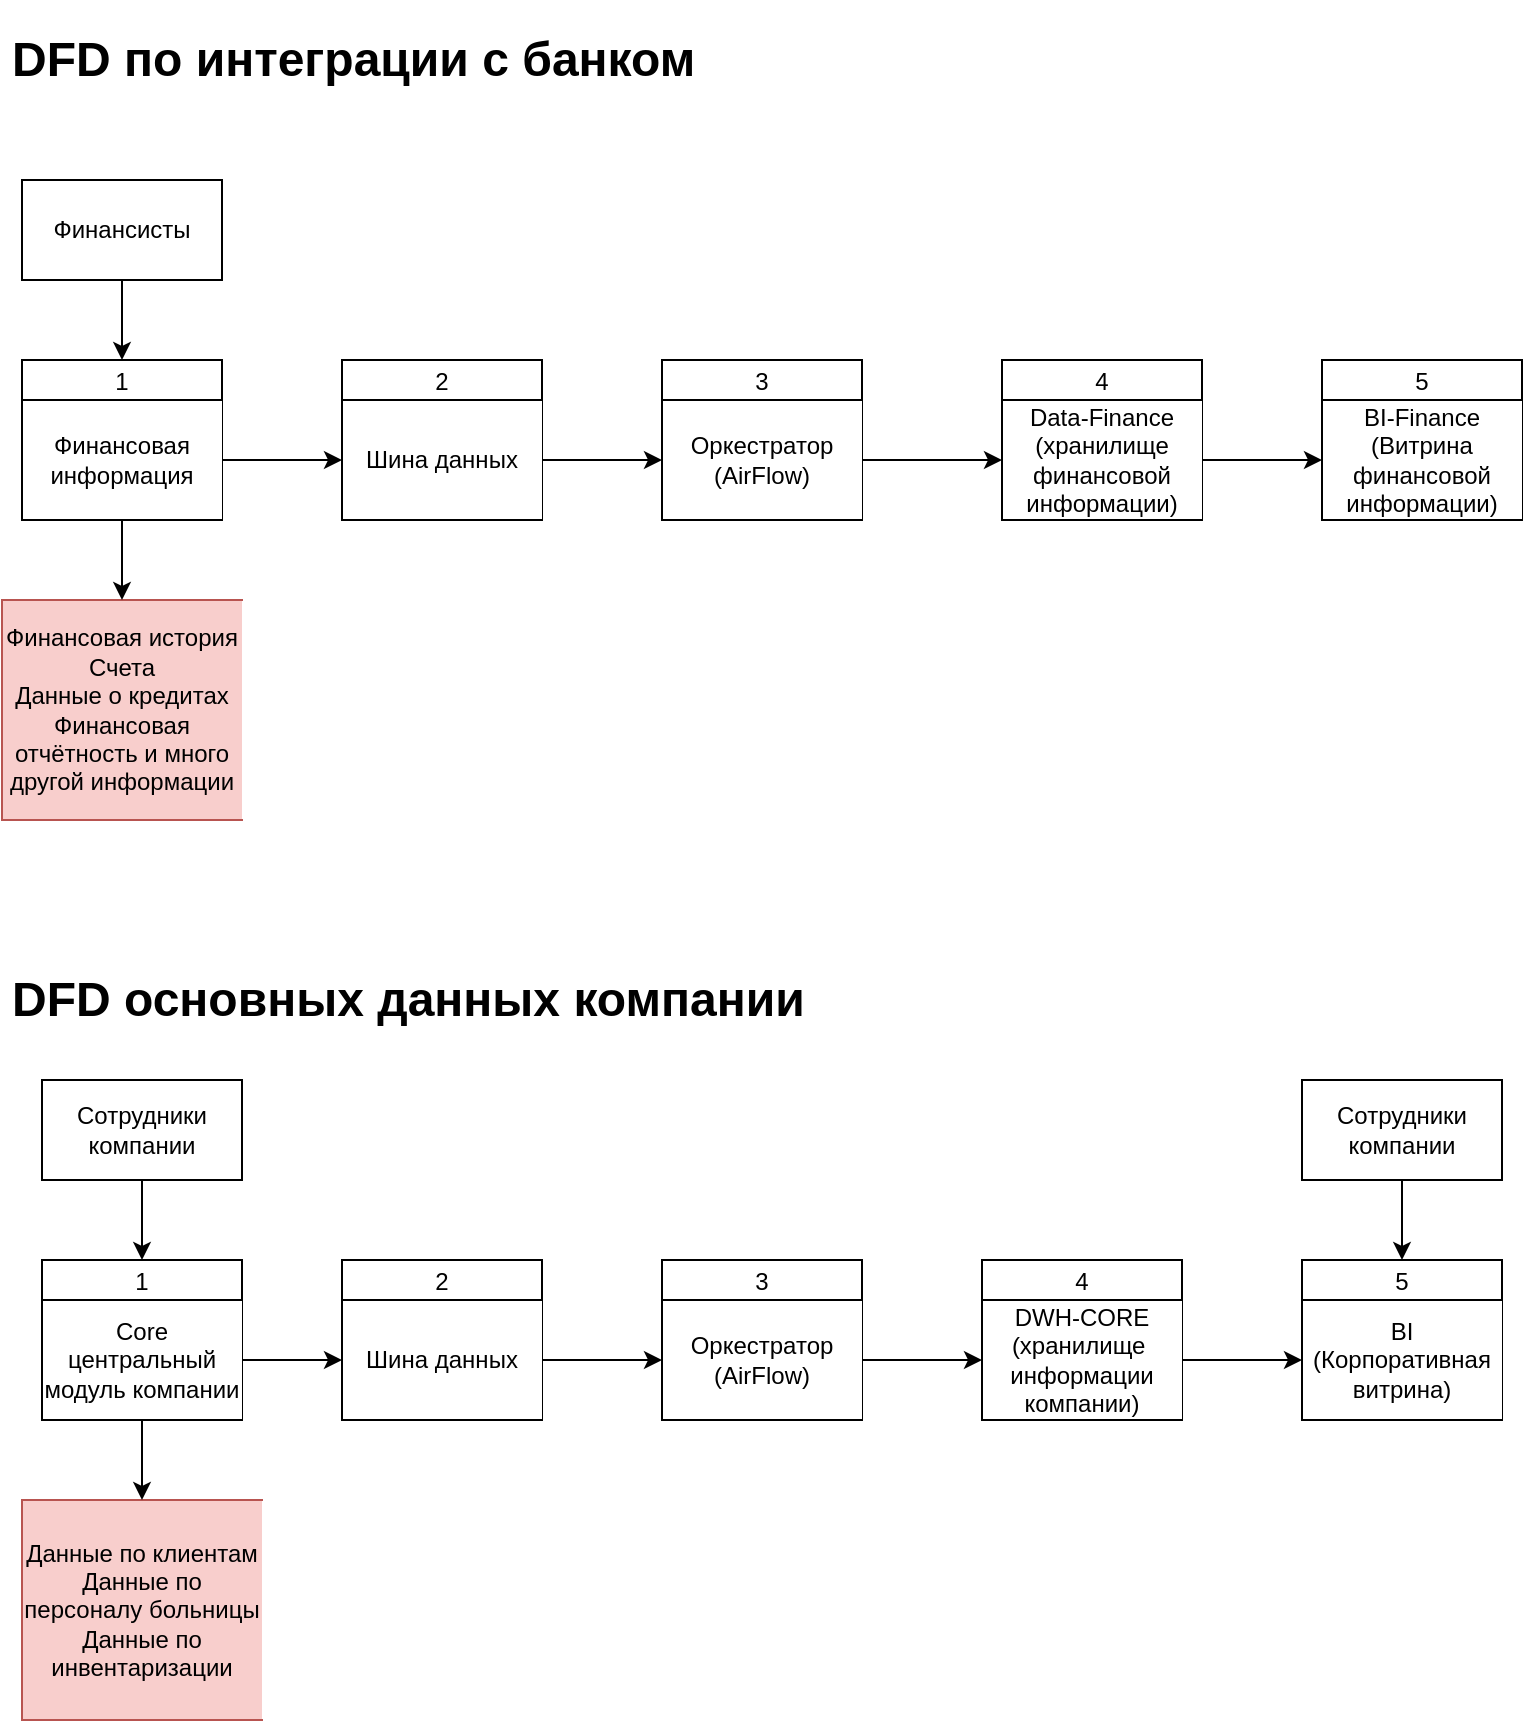
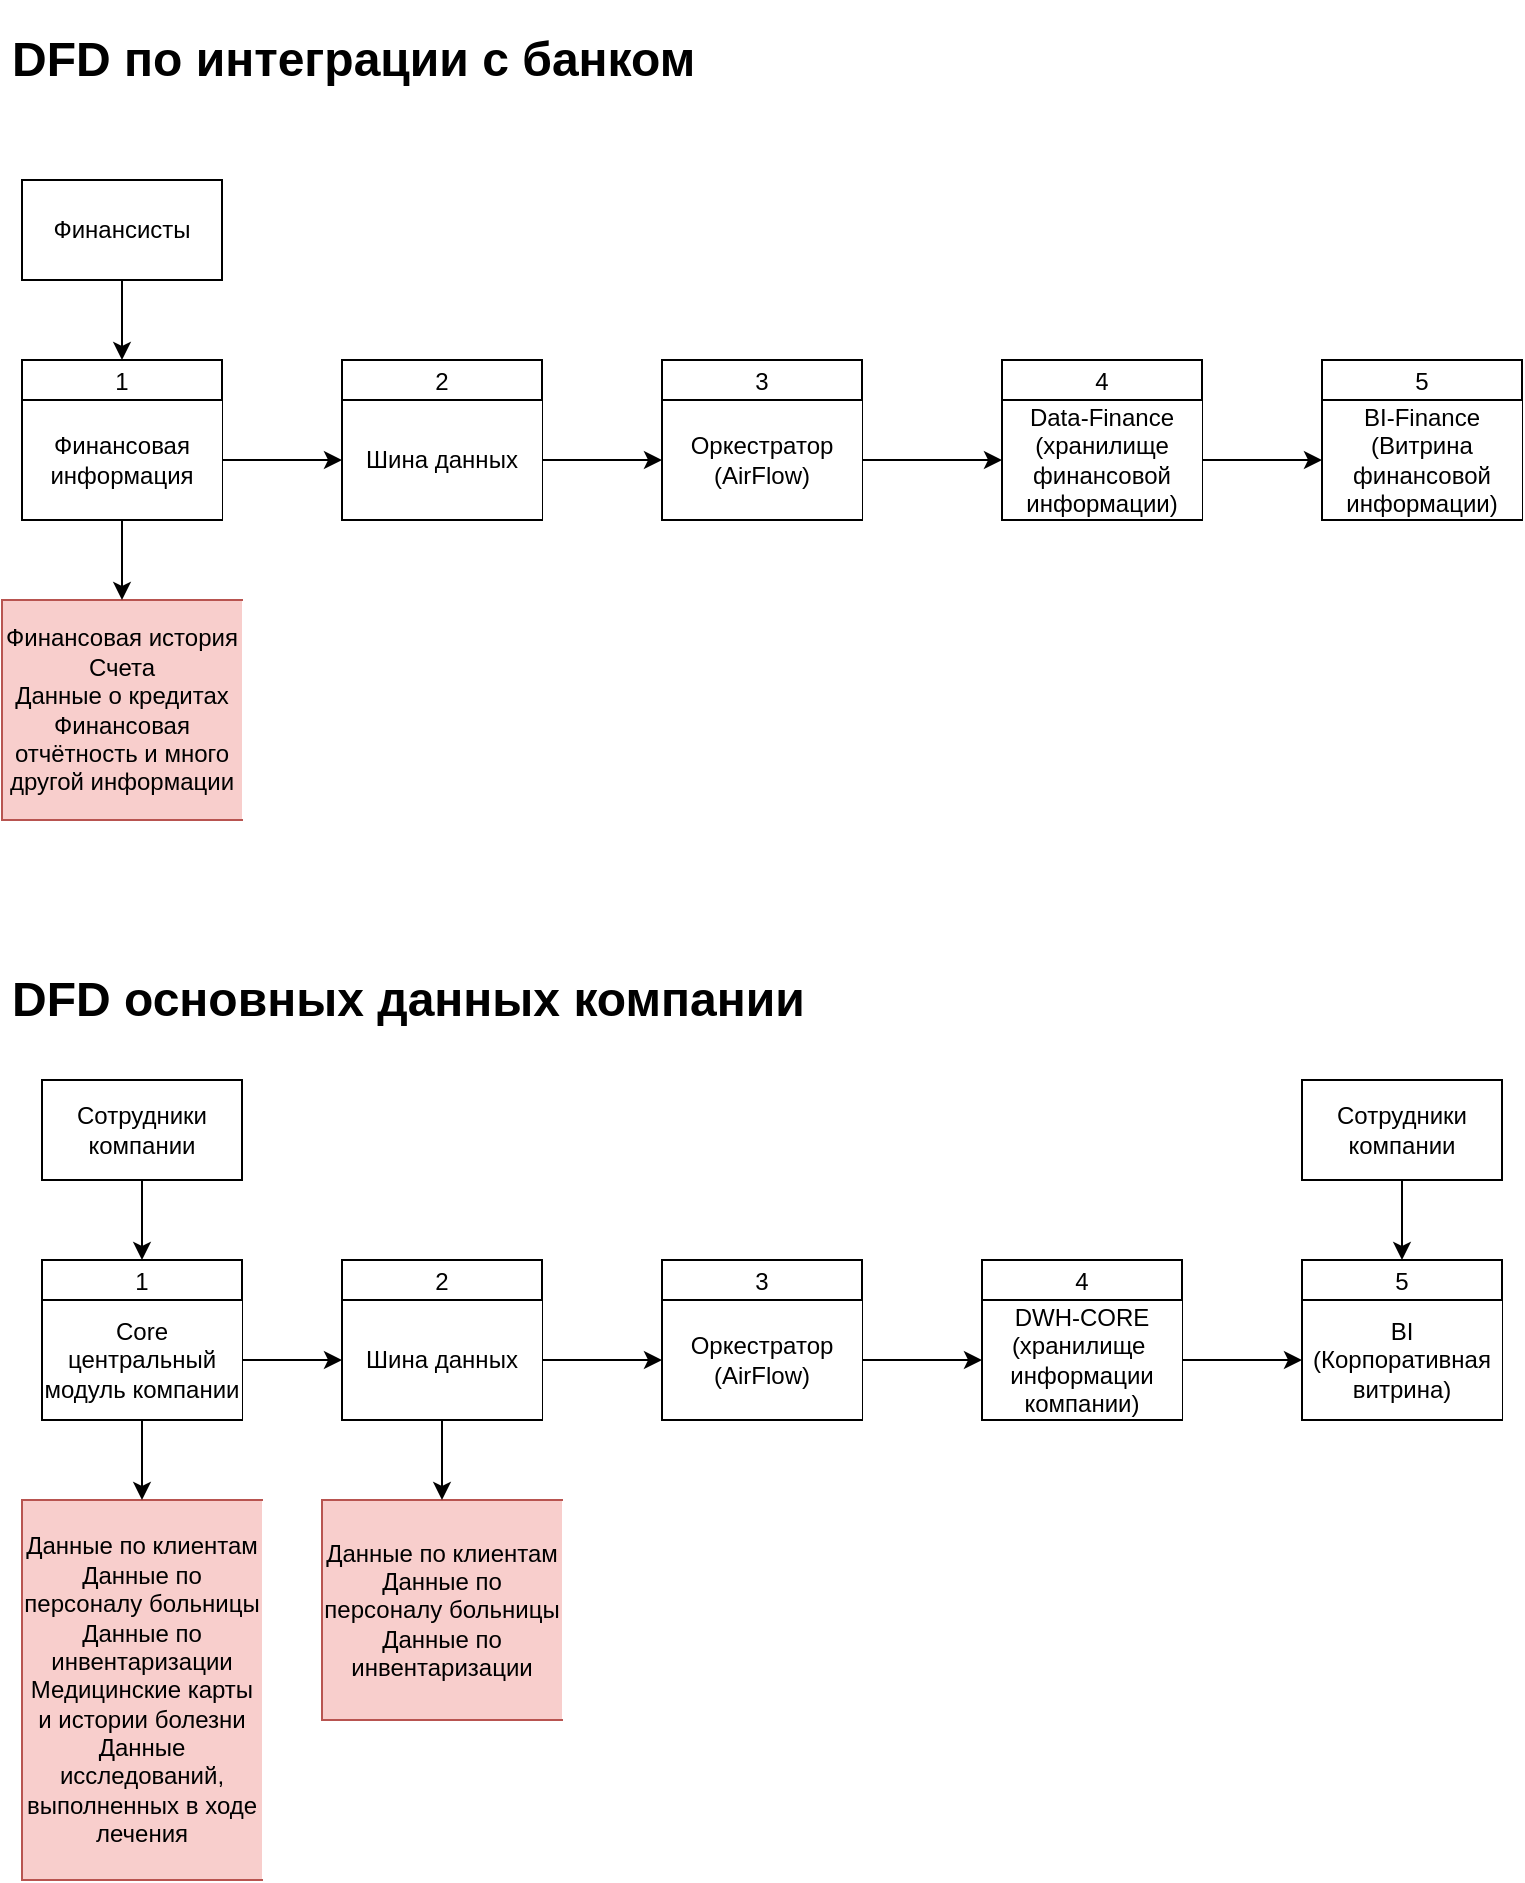
- <mxfile host="Electron" modified="2025-04-18T14:24:35.515Z" agent="Mozilla/5.0 (Windows NT 10.0; Win64; x64) AppleWebKit/537.36 (KHTML, like Gecko) draw.io/21.6.8 Chrome/114.0.5735.289 Electron/25.5.0 Safari/537.36" etag="61UaMd3rkKG-qWRfvYi1" version="21.6.8" type="device">
+ <mxfile host="Electron" modified="2025-04-19T04:16:20.406Z" agent="Mozilla/5.0 (Windows NT 10.0; Win64; x64) AppleWebKit/537.36 (KHTML, like Gecko) draw.io/21.6.8 Chrome/114.0.5735.289 Electron/25.5.0 Safari/537.36" etag="9WfUGu21lm7COJAU84O0" version="21.6.8" type="device">
  <diagram name="Страница — 1" id="RGTgihlxXmJJw-yEGguv">
-     <mxGraphModel dx="794" dy="1671" grid="1" gridSize="10" guides="1" tooltips="1" connect="1" arrows="1" fold="1" page="1" pageScale="1" pageWidth="1169" pageHeight="827" math="0" shadow="0">
+     <mxGraphModel dx="792" dy="1655" grid="1" gridSize="10" guides="1" tooltips="1" connect="1" arrows="1" fold="1" page="1" pageScale="1" pageWidth="1169" pageHeight="827" math="0" shadow="0">
      <root>
        <mxCell id="0" />
        <mxCell id="1" parent="0" />
        <mxCell id="I4A1Ht3evNtOGpzTNkZh-22" value="&lt;h1&gt;DFD по интеграции с банком&lt;/h1&gt;" style="text;html=1;strokeColor=none;fillColor=none;spacing=5;spacingTop=-20;whiteSpace=wrap;overflow=hidden;rounded=0;" parent="1" vertex="1">
          <mxGeometry x="30" y="-770" width="370" height="40" as="geometry" />
        </mxCell>
-         <mxCell id="stRStRKGVoCzEAp3SccN-4" style="edgeStyle=orthogonalEdgeStyle;rounded=0;orthogonalLoop=1;jettySize=auto;html=1;exitX=0.5;exitY=1;exitDx=0;exitDy=0;entryX=0.5;entryY=0;entryDx=0;entryDy=0;" edge="1" parent="1" source="stRStRKGVoCzEAp3SccN-1" target="stRStRKGVoCzEAp3SccN-2">
+         <mxCell id="stRStRKGVoCzEAp3SccN-4" style="edgeStyle=orthogonalEdgeStyle;rounded=0;orthogonalLoop=1;jettySize=auto;html=1;exitX=0.5;exitY=1;exitDx=0;exitDy=0;entryX=0.5;entryY=0;entryDx=0;entryDy=0;" parent="1" source="stRStRKGVoCzEAp3SccN-1" target="stRStRKGVoCzEAp3SccN-2" edge="1">
          <mxGeometry relative="1" as="geometry" />
        </mxCell>
-         <mxCell id="stRStRKGVoCzEAp3SccN-1" value="Финансисты" style="html=1;dashed=0;whiteSpace=wrap;" vertex="1" parent="1">
+         <mxCell id="stRStRKGVoCzEAp3SccN-1" value="Финансисты" style="html=1;dashed=0;whiteSpace=wrap;" parent="1" vertex="1">
          <mxGeometry x="40" y="-690" width="100" height="50" as="geometry" />
        </mxCell>
-         <mxCell id="stRStRKGVoCzEAp3SccN-2" value="1" style="swimlane;fontStyle=0;childLayout=stackLayout;horizontal=1;startSize=20;fillColor=#ffffff;horizontalStack=0;resizeParent=1;resizeParentMax=0;resizeLast=0;collapsible=0;marginBottom=0;swimlaneFillColor=#ffffff;" vertex="1" parent="1">
+         <mxCell id="stRStRKGVoCzEAp3SccN-2" value="1" style="swimlane;fontStyle=0;childLayout=stackLayout;horizontal=1;startSize=20;fillColor=#ffffff;horizontalStack=0;resizeParent=1;resizeParentMax=0;resizeLast=0;collapsible=0;marginBottom=0;swimlaneFillColor=#ffffff;" parent="1" vertex="1">
          <mxGeometry x="40" y="-600" width="100" height="80" as="geometry" />
        </mxCell>
-         <mxCell id="stRStRKGVoCzEAp3SccN-3" value="Финансовая информация" style="html=1;dashed=0;whiteSpace=wrap;shape=partialRectangle;right=0;" vertex="1" parent="stRStRKGVoCzEAp3SccN-2">
+         <mxCell id="stRStRKGVoCzEAp3SccN-3" value="Финансовая информация" style="html=1;dashed=0;whiteSpace=wrap;shape=partialRectangle;right=0;" parent="stRStRKGVoCzEAp3SccN-2" vertex="1">
          <mxGeometry y="20" width="100" height="60" as="geometry" />
        </mxCell>
-         <mxCell id="stRStRKGVoCzEAp3SccN-5" value="&lt;div&gt;Финансовая история&lt;/div&gt;&lt;div&gt;Счета&lt;/div&gt;&lt;div&gt;Данные о кредитах&lt;/div&gt;&lt;div&gt;Финансовая отчётность и много другой информации&lt;/div&gt;" style="html=1;dashed=0;whiteSpace=wrap;shape=partialRectangle;right=0;fontSize=12;fillColor=#f8cecc;strokeColor=#b85450;" vertex="1" parent="1">
+         <mxCell id="stRStRKGVoCzEAp3SccN-5" value="&lt;div&gt;Финансовая история&lt;/div&gt;&lt;div&gt;Счета&lt;/div&gt;&lt;div&gt;Данные о кредитах&lt;/div&gt;&lt;div&gt;Финансовая отчётность и много другой информации&lt;/div&gt;" style="html=1;dashed=0;whiteSpace=wrap;shape=partialRectangle;right=0;fontSize=12;fillColor=#f8cecc;strokeColor=#b85450;" parent="1" vertex="1">
          <mxGeometry x="30" y="-480" width="120" height="110" as="geometry" />
        </mxCell>
-         <mxCell id="stRStRKGVoCzEAp3SccN-7" style="edgeStyle=orthogonalEdgeStyle;rounded=0;orthogonalLoop=1;jettySize=auto;html=1;exitX=0.5;exitY=1;exitDx=0;exitDy=0;entryX=0.5;entryY=0;entryDx=0;entryDy=0;" edge="1" parent="1" source="stRStRKGVoCzEAp3SccN-3" target="stRStRKGVoCzEAp3SccN-5">
+         <mxCell id="stRStRKGVoCzEAp3SccN-7" style="edgeStyle=orthogonalEdgeStyle;rounded=0;orthogonalLoop=1;jettySize=auto;html=1;exitX=0.5;exitY=1;exitDx=0;exitDy=0;entryX=0.5;entryY=0;entryDx=0;entryDy=0;" parent="1" source="stRStRKGVoCzEAp3SccN-3" target="stRStRKGVoCzEAp3SccN-5" edge="1">
          <mxGeometry relative="1" as="geometry" />
        </mxCell>
-         <mxCell id="stRStRKGVoCzEAp3SccN-8" value="2" style="swimlane;fontStyle=0;childLayout=stackLayout;horizontal=1;startSize=20;fillColor=#ffffff;horizontalStack=0;resizeParent=1;resizeParentMax=0;resizeLast=0;collapsible=0;marginBottom=0;swimlaneFillColor=#ffffff;" vertex="1" parent="1">
+         <mxCell id="stRStRKGVoCzEAp3SccN-8" value="2" style="swimlane;fontStyle=0;childLayout=stackLayout;horizontal=1;startSize=20;fillColor=#ffffff;horizontalStack=0;resizeParent=1;resizeParentMax=0;resizeLast=0;collapsible=0;marginBottom=0;swimlaneFillColor=#ffffff;" parent="1" vertex="1">
          <mxGeometry x="200" y="-600" width="100" height="80" as="geometry" />
        </mxCell>
-         <mxCell id="stRStRKGVoCzEAp3SccN-9" value="Шина данных" style="html=1;dashed=0;whiteSpace=wrap;shape=partialRectangle;right=0;" vertex="1" parent="stRStRKGVoCzEAp3SccN-8">
+         <mxCell id="stRStRKGVoCzEAp3SccN-9" value="Шина данных" style="html=1;dashed=0;whiteSpace=wrap;shape=partialRectangle;right=0;" parent="stRStRKGVoCzEAp3SccN-8" vertex="1">
          <mxGeometry y="20" width="100" height="60" as="geometry" />
        </mxCell>
-         <mxCell id="stRStRKGVoCzEAp3SccN-10" style="edgeStyle=orthogonalEdgeStyle;rounded=0;orthogonalLoop=1;jettySize=auto;html=1;exitX=1;exitY=0.5;exitDx=0;exitDy=0;entryX=0;entryY=0.5;entryDx=0;entryDy=0;" edge="1" parent="1" source="stRStRKGVoCzEAp3SccN-3" target="stRStRKGVoCzEAp3SccN-9">
+         <mxCell id="stRStRKGVoCzEAp3SccN-10" style="edgeStyle=orthogonalEdgeStyle;rounded=0;orthogonalLoop=1;jettySize=auto;html=1;exitX=1;exitY=0.5;exitDx=0;exitDy=0;entryX=0;entryY=0.5;entryDx=0;entryDy=0;" parent="1" source="stRStRKGVoCzEAp3SccN-3" target="stRStRKGVoCzEAp3SccN-9" edge="1">
          <mxGeometry relative="1" as="geometry" />
        </mxCell>
-         <mxCell id="stRStRKGVoCzEAp3SccN-11" value="3" style="swimlane;fontStyle=0;childLayout=stackLayout;horizontal=1;startSize=20;fillColor=#ffffff;horizontalStack=0;resizeParent=1;resizeParentMax=0;resizeLast=0;collapsible=0;marginBottom=0;swimlaneFillColor=#ffffff;" vertex="1" parent="1">
+         <mxCell id="stRStRKGVoCzEAp3SccN-11" value="3" style="swimlane;fontStyle=0;childLayout=stackLayout;horizontal=1;startSize=20;fillColor=#ffffff;horizontalStack=0;resizeParent=1;resizeParentMax=0;resizeLast=0;collapsible=0;marginBottom=0;swimlaneFillColor=#ffffff;" parent="1" vertex="1">
          <mxGeometry x="360" y="-600" width="100" height="80" as="geometry" />
        </mxCell>
-         <mxCell id="stRStRKGVoCzEAp3SccN-12" value="Оркестратор (AirFlow)" style="html=1;dashed=0;whiteSpace=wrap;shape=partialRectangle;right=0;" vertex="1" parent="stRStRKGVoCzEAp3SccN-11">
+         <mxCell id="stRStRKGVoCzEAp3SccN-12" value="Оркестратор (AirFlow)" style="html=1;dashed=0;whiteSpace=wrap;shape=partialRectangle;right=0;" parent="stRStRKGVoCzEAp3SccN-11" vertex="1">
          <mxGeometry y="20" width="100" height="60" as="geometry" />
        </mxCell>
-         <mxCell id="stRStRKGVoCzEAp3SccN-13" style="edgeStyle=orthogonalEdgeStyle;rounded=0;orthogonalLoop=1;jettySize=auto;html=1;exitX=1;exitY=0.5;exitDx=0;exitDy=0;entryX=0;entryY=0.5;entryDx=0;entryDy=0;" edge="1" parent="1" source="stRStRKGVoCzEAp3SccN-9" target="stRStRKGVoCzEAp3SccN-12">
+         <mxCell id="stRStRKGVoCzEAp3SccN-13" style="edgeStyle=orthogonalEdgeStyle;rounded=0;orthogonalLoop=1;jettySize=auto;html=1;exitX=1;exitY=0.5;exitDx=0;exitDy=0;entryX=0;entryY=0.5;entryDx=0;entryDy=0;" parent="1" source="stRStRKGVoCzEAp3SccN-9" target="stRStRKGVoCzEAp3SccN-12" edge="1">
          <mxGeometry relative="1" as="geometry" />
        </mxCell>
-         <mxCell id="stRStRKGVoCzEAp3SccN-14" value="4" style="swimlane;fontStyle=0;childLayout=stackLayout;horizontal=1;startSize=20;fillColor=#ffffff;horizontalStack=0;resizeParent=1;resizeParentMax=0;resizeLast=0;collapsible=0;marginBottom=0;swimlaneFillColor=#ffffff;" vertex="1" parent="1">
+         <mxCell id="stRStRKGVoCzEAp3SccN-14" value="4" style="swimlane;fontStyle=0;childLayout=stackLayout;horizontal=1;startSize=20;fillColor=#ffffff;horizontalStack=0;resizeParent=1;resizeParentMax=0;resizeLast=0;collapsible=0;marginBottom=0;swimlaneFillColor=#ffffff;" parent="1" vertex="1">
          <mxGeometry x="530" y="-600" width="100" height="80" as="geometry" />
        </mxCell>
-         <mxCell id="stRStRKGVoCzEAp3SccN-15" value="Data-Finance &lt;br&gt;(хранилище финансовой информации)" style="html=1;dashed=0;whiteSpace=wrap;shape=partialRectangle;right=0;" vertex="1" parent="stRStRKGVoCzEAp3SccN-14">
+         <mxCell id="stRStRKGVoCzEAp3SccN-15" value="Data-Finance &lt;br&gt;(хранилище финансовой информации)" style="html=1;dashed=0;whiteSpace=wrap;shape=partialRectangle;right=0;" parent="stRStRKGVoCzEAp3SccN-14" vertex="1">
          <mxGeometry y="20" width="100" height="60" as="geometry" />
        </mxCell>
-         <mxCell id="stRStRKGVoCzEAp3SccN-16" style="edgeStyle=orthogonalEdgeStyle;rounded=0;orthogonalLoop=1;jettySize=auto;html=1;exitX=1;exitY=0.5;exitDx=0;exitDy=0;entryX=0;entryY=0.5;entryDx=0;entryDy=0;" edge="1" parent="1" source="stRStRKGVoCzEAp3SccN-12" target="stRStRKGVoCzEAp3SccN-15">
+         <mxCell id="stRStRKGVoCzEAp3SccN-16" style="edgeStyle=orthogonalEdgeStyle;rounded=0;orthogonalLoop=1;jettySize=auto;html=1;exitX=1;exitY=0.5;exitDx=0;exitDy=0;entryX=0;entryY=0.5;entryDx=0;entryDy=0;" parent="1" source="stRStRKGVoCzEAp3SccN-12" target="stRStRKGVoCzEAp3SccN-15" edge="1">
          <mxGeometry relative="1" as="geometry" />
        </mxCell>
-         <mxCell id="stRStRKGVoCzEAp3SccN-17" value="5" style="swimlane;fontStyle=0;childLayout=stackLayout;horizontal=1;startSize=20;fillColor=#ffffff;horizontalStack=0;resizeParent=1;resizeParentMax=0;resizeLast=0;collapsible=0;marginBottom=0;swimlaneFillColor=#ffffff;" vertex="1" parent="1">
+         <mxCell id="stRStRKGVoCzEAp3SccN-17" value="5" style="swimlane;fontStyle=0;childLayout=stackLayout;horizontal=1;startSize=20;fillColor=#ffffff;horizontalStack=0;resizeParent=1;resizeParentMax=0;resizeLast=0;collapsible=0;marginBottom=0;swimlaneFillColor=#ffffff;" parent="1" vertex="1">
          <mxGeometry x="690" y="-600" width="100" height="80" as="geometry" />
        </mxCell>
-         <mxCell id="stRStRKGVoCzEAp3SccN-18" value="BI-Finance (Витрина финансовой информации)" style="html=1;dashed=0;whiteSpace=wrap;shape=partialRectangle;right=0;" vertex="1" parent="stRStRKGVoCzEAp3SccN-17">
+         <mxCell id="stRStRKGVoCzEAp3SccN-18" value="BI-Finance (Витрина финансовой информации)" style="html=1;dashed=0;whiteSpace=wrap;shape=partialRectangle;right=0;" parent="stRStRKGVoCzEAp3SccN-17" vertex="1">
          <mxGeometry y="20" width="100" height="60" as="geometry" />
        </mxCell>
-         <mxCell id="stRStRKGVoCzEAp3SccN-19" style="edgeStyle=orthogonalEdgeStyle;rounded=0;orthogonalLoop=1;jettySize=auto;html=1;exitX=1;exitY=0.5;exitDx=0;exitDy=0;entryX=0;entryY=0.5;entryDx=0;entryDy=0;" edge="1" parent="1" source="stRStRKGVoCzEAp3SccN-15" target="stRStRKGVoCzEAp3SccN-18">
+         <mxCell id="stRStRKGVoCzEAp3SccN-19" style="edgeStyle=orthogonalEdgeStyle;rounded=0;orthogonalLoop=1;jettySize=auto;html=1;exitX=1;exitY=0.5;exitDx=0;exitDy=0;entryX=0;entryY=0.5;entryDx=0;entryDy=0;" parent="1" source="stRStRKGVoCzEAp3SccN-15" target="stRStRKGVoCzEAp3SccN-18" edge="1">
          <mxGeometry relative="1" as="geometry" />
        </mxCell>
-         <mxCell id="stRStRKGVoCzEAp3SccN-50" value="&lt;h1&gt;DFD основных данных компании&lt;/h1&gt;" style="text;html=1;strokeColor=none;fillColor=none;spacing=5;spacingTop=-20;whiteSpace=wrap;overflow=hidden;rounded=0;" vertex="1" parent="1">
+         <mxCell id="stRStRKGVoCzEAp3SccN-50" value="&lt;h1&gt;DFD основных данных компании&lt;/h1&gt;" style="text;html=1;strokeColor=none;fillColor=none;spacing=5;spacingTop=-20;whiteSpace=wrap;overflow=hidden;rounded=0;" parent="1" vertex="1">
          <mxGeometry x="30" y="-300" width="580" height="40" as="geometry" />
        </mxCell>
-         <mxCell id="stRStRKGVoCzEAp3SccN-58" value="3" style="swimlane;fontStyle=0;childLayout=stackLayout;horizontal=1;startSize=20;fillColor=#ffffff;horizontalStack=0;resizeParent=1;resizeParentMax=0;resizeLast=0;collapsible=0;marginBottom=0;swimlaneFillColor=#ffffff;" vertex="1" parent="1">
+         <mxCell id="stRStRKGVoCzEAp3SccN-58" value="3" style="swimlane;fontStyle=0;childLayout=stackLayout;horizontal=1;startSize=20;fillColor=#ffffff;horizontalStack=0;resizeParent=1;resizeParentMax=0;resizeLast=0;collapsible=0;marginBottom=0;swimlaneFillColor=#ffffff;" parent="1" vertex="1">
          <mxGeometry x="360" y="-150" width="100" height="80" as="geometry" />
        </mxCell>
-         <mxCell id="stRStRKGVoCzEAp3SccN-59" value="Оркестратор (AirFlow)" style="html=1;dashed=0;whiteSpace=wrap;shape=partialRectangle;right=0;" vertex="1" parent="stRStRKGVoCzEAp3SccN-58">
+         <mxCell id="stRStRKGVoCzEAp3SccN-59" value="Оркестратор (AirFlow)" style="html=1;dashed=0;whiteSpace=wrap;shape=partialRectangle;right=0;" parent="stRStRKGVoCzEAp3SccN-58" vertex="1">
          <mxGeometry y="20" width="100" height="60" as="geometry" />
        </mxCell>
-         <mxCell id="stRStRKGVoCzEAp3SccN-60" style="edgeStyle=orthogonalEdgeStyle;rounded=0;orthogonalLoop=1;jettySize=auto;html=1;exitX=1;exitY=0.5;exitDx=0;exitDy=0;entryX=0;entryY=0.5;entryDx=0;entryDy=0;" edge="1" parent="1" source="stRStRKGVoCzEAp3SccN-73" target="stRStRKGVoCzEAp3SccN-59">
+         <mxCell id="stRStRKGVoCzEAp3SccN-60" style="edgeStyle=orthogonalEdgeStyle;rounded=0;orthogonalLoop=1;jettySize=auto;html=1;exitX=1;exitY=0.5;exitDx=0;exitDy=0;entryX=0;entryY=0.5;entryDx=0;entryDy=0;" parent="1" source="stRStRKGVoCzEAp3SccN-73" target="stRStRKGVoCzEAp3SccN-59" edge="1">
          <mxGeometry relative="1" as="geometry">
            <mxPoint x="510" y="-100" as="sourcePoint" />
          </mxGeometry>
        </mxCell>
-         <mxCell id="stRStRKGVoCzEAp3SccN-61" value="4" style="swimlane;fontStyle=0;childLayout=stackLayout;horizontal=1;startSize=20;fillColor=#ffffff;horizontalStack=0;resizeParent=1;resizeParentMax=0;resizeLast=0;collapsible=0;marginBottom=0;swimlaneFillColor=#ffffff;" vertex="1" parent="1">
+         <mxCell id="stRStRKGVoCzEAp3SccN-61" value="4" style="swimlane;fontStyle=0;childLayout=stackLayout;horizontal=1;startSize=20;fillColor=#ffffff;horizontalStack=0;resizeParent=1;resizeParentMax=0;resizeLast=0;collapsible=0;marginBottom=0;swimlaneFillColor=#ffffff;" parent="1" vertex="1">
          <mxGeometry x="520" y="-150" width="100" height="80" as="geometry" />
        </mxCell>
-         <mxCell id="stRStRKGVoCzEAp3SccN-62" value="DWH-CORE&lt;br&gt;(хранилище&amp;nbsp; информации&lt;br&gt;компании)" style="html=1;dashed=0;whiteSpace=wrap;shape=partialRectangle;right=0;" vertex="1" parent="stRStRKGVoCzEAp3SccN-61">
+         <mxCell id="stRStRKGVoCzEAp3SccN-62" value="DWH-CORE&lt;br&gt;(хранилище&amp;nbsp; информации&lt;br&gt;компании)" style="html=1;dashed=0;whiteSpace=wrap;shape=partialRectangle;right=0;" parent="stRStRKGVoCzEAp3SccN-61" vertex="1">
          <mxGeometry y="20" width="100" height="60" as="geometry" />
        </mxCell>
-         <mxCell id="stRStRKGVoCzEAp3SccN-63" style="edgeStyle=orthogonalEdgeStyle;rounded=0;orthogonalLoop=1;jettySize=auto;html=1;exitX=1;exitY=0.5;exitDx=0;exitDy=0;entryX=0;entryY=0.5;entryDx=0;entryDy=0;" edge="1" parent="1" source="stRStRKGVoCzEAp3SccN-59" target="stRStRKGVoCzEAp3SccN-62">
+         <mxCell id="stRStRKGVoCzEAp3SccN-63" style="edgeStyle=orthogonalEdgeStyle;rounded=0;orthogonalLoop=1;jettySize=auto;html=1;exitX=1;exitY=0.5;exitDx=0;exitDy=0;entryX=0;entryY=0.5;entryDx=0;entryDy=0;" parent="1" source="stRStRKGVoCzEAp3SccN-59" target="stRStRKGVoCzEAp3SccN-62" edge="1">
          <mxGeometry relative="1" as="geometry" />
        </mxCell>
-         <mxCell id="stRStRKGVoCzEAp3SccN-64" value="5" style="swimlane;fontStyle=0;childLayout=stackLayout;horizontal=1;startSize=20;fillColor=#ffffff;horizontalStack=0;resizeParent=1;resizeParentMax=0;resizeLast=0;collapsible=0;marginBottom=0;swimlaneFillColor=#ffffff;" vertex="1" parent="1">
+         <mxCell id="stRStRKGVoCzEAp3SccN-64" value="5" style="swimlane;fontStyle=0;childLayout=stackLayout;horizontal=1;startSize=20;fillColor=#ffffff;horizontalStack=0;resizeParent=1;resizeParentMax=0;resizeLast=0;collapsible=0;marginBottom=0;swimlaneFillColor=#ffffff;" parent="1" vertex="1">
          <mxGeometry x="680" y="-150" width="100" height="80" as="geometry" />
        </mxCell>
-         <mxCell id="stRStRKGVoCzEAp3SccN-65" value="BI (Корпоративная витрина)" style="html=1;dashed=0;whiteSpace=wrap;shape=partialRectangle;right=0;" vertex="1" parent="stRStRKGVoCzEAp3SccN-64">
+         <mxCell id="stRStRKGVoCzEAp3SccN-65" value="BI (Корпоративная витрина)" style="html=1;dashed=0;whiteSpace=wrap;shape=partialRectangle;right=0;" parent="stRStRKGVoCzEAp3SccN-64" vertex="1">
          <mxGeometry y="20" width="100" height="60" as="geometry" />
        </mxCell>
-         <mxCell id="stRStRKGVoCzEAp3SccN-66" style="edgeStyle=orthogonalEdgeStyle;rounded=0;orthogonalLoop=1;jettySize=auto;html=1;exitX=1;exitY=0.5;exitDx=0;exitDy=0;entryX=0;entryY=0.5;entryDx=0;entryDy=0;" edge="1" parent="1" source="stRStRKGVoCzEAp3SccN-62" target="stRStRKGVoCzEAp3SccN-65">
+         <mxCell id="stRStRKGVoCzEAp3SccN-66" style="edgeStyle=orthogonalEdgeStyle;rounded=0;orthogonalLoop=1;jettySize=auto;html=1;exitX=1;exitY=0.5;exitDx=0;exitDy=0;entryX=0;entryY=0.5;entryDx=0;entryDy=0;" parent="1" source="stRStRKGVoCzEAp3SccN-62" target="stRStRKGVoCzEAp3SccN-65" edge="1">
          <mxGeometry relative="1" as="geometry" />
        </mxCell>
-         <mxCell id="stRStRKGVoCzEAp3SccN-69" value="1" style="swimlane;fontStyle=0;childLayout=stackLayout;horizontal=1;startSize=20;fillColor=#ffffff;horizontalStack=0;resizeParent=1;resizeParentMax=0;resizeLast=0;collapsible=0;marginBottom=0;swimlaneFillColor=#ffffff;" vertex="1" parent="1">
+         <mxCell id="stRStRKGVoCzEAp3SccN-69" value="1" style="swimlane;fontStyle=0;childLayout=stackLayout;horizontal=1;startSize=20;fillColor=#ffffff;horizontalStack=0;resizeParent=1;resizeParentMax=0;resizeLast=0;collapsible=0;marginBottom=0;swimlaneFillColor=#ffffff;" parent="1" vertex="1">
          <mxGeometry x="50" y="-150" width="100" height="80" as="geometry" />
        </mxCell>
-         <mxCell id="stRStRKGVoCzEAp3SccN-70" value="Core&lt;br&gt;центральный модуль компании" style="html=1;dashed=0;whiteSpace=wrap;shape=partialRectangle;right=0;" vertex="1" parent="stRStRKGVoCzEAp3SccN-69">
+         <mxCell id="stRStRKGVoCzEAp3SccN-70" value="Core&lt;br&gt;центральный модуль компании" style="html=1;dashed=0;whiteSpace=wrap;shape=partialRectangle;right=0;" parent="stRStRKGVoCzEAp3SccN-69" vertex="1">
          <mxGeometry y="20" width="100" height="60" as="geometry" />
        </mxCell>
-         <mxCell id="stRStRKGVoCzEAp3SccN-72" value="2" style="swimlane;fontStyle=0;childLayout=stackLayout;horizontal=1;startSize=20;fillColor=#ffffff;horizontalStack=0;resizeParent=1;resizeParentMax=0;resizeLast=0;collapsible=0;marginBottom=0;swimlaneFillColor=#ffffff;" vertex="1" parent="1">
+         <mxCell id="stRStRKGVoCzEAp3SccN-72" value="2" style="swimlane;fontStyle=0;childLayout=stackLayout;horizontal=1;startSize=20;fillColor=#ffffff;horizontalStack=0;resizeParent=1;resizeParentMax=0;resizeLast=0;collapsible=0;marginBottom=0;swimlaneFillColor=#ffffff;" parent="1" vertex="1">
          <mxGeometry x="200" y="-150" width="100" height="80" as="geometry" />
        </mxCell>
-         <mxCell id="stRStRKGVoCzEAp3SccN-73" value="Шина данных" style="html=1;dashed=0;whiteSpace=wrap;shape=partialRectangle;right=0;" vertex="1" parent="stRStRKGVoCzEAp3SccN-72">
+         <mxCell id="stRStRKGVoCzEAp3SccN-73" value="Шина данных" style="html=1;dashed=0;whiteSpace=wrap;shape=partialRectangle;right=0;" parent="stRStRKGVoCzEAp3SccN-72" vertex="1">
          <mxGeometry y="20" width="100" height="60" as="geometry" />
        </mxCell>
-         <mxCell id="stRStRKGVoCzEAp3SccN-74" style="edgeStyle=orthogonalEdgeStyle;rounded=0;orthogonalLoop=1;jettySize=auto;html=1;exitX=1;exitY=0.5;exitDx=0;exitDy=0;entryX=0;entryY=0.5;entryDx=0;entryDy=0;" edge="1" parent="1" source="stRStRKGVoCzEAp3SccN-70" target="stRStRKGVoCzEAp3SccN-73">
+         <mxCell id="stRStRKGVoCzEAp3SccN-74" style="edgeStyle=orthogonalEdgeStyle;rounded=0;orthogonalLoop=1;jettySize=auto;html=1;exitX=1;exitY=0.5;exitDx=0;exitDy=0;entryX=0;entryY=0.5;entryDx=0;entryDy=0;" parent="1" source="stRStRKGVoCzEAp3SccN-70" target="stRStRKGVoCzEAp3SccN-73" edge="1">
          <mxGeometry relative="1" as="geometry" />
        </mxCell>
-         <mxCell id="stRStRKGVoCzEAp3SccN-78" style="edgeStyle=orthogonalEdgeStyle;rounded=0;orthogonalLoop=1;jettySize=auto;html=1;exitX=0.5;exitY=1;exitDx=0;exitDy=0;entryX=0.5;entryY=0;entryDx=0;entryDy=0;" edge="1" parent="1" source="stRStRKGVoCzEAp3SccN-77" target="stRStRKGVoCzEAp3SccN-64">
+         <mxCell id="stRStRKGVoCzEAp3SccN-78" style="edgeStyle=orthogonalEdgeStyle;rounded=0;orthogonalLoop=1;jettySize=auto;html=1;exitX=0.5;exitY=1;exitDx=0;exitDy=0;entryX=0.5;entryY=0;entryDx=0;entryDy=0;" parent="1" source="stRStRKGVoCzEAp3SccN-77" target="stRStRKGVoCzEAp3SccN-64" edge="1">
          <mxGeometry relative="1" as="geometry" />
        </mxCell>
-         <mxCell id="stRStRKGVoCzEAp3SccN-77" value="Сотрудники компании" style="html=1;dashed=0;whiteSpace=wrap;" vertex="1" parent="1">
+         <mxCell id="stRStRKGVoCzEAp3SccN-77" value="Сотрудники компании" style="html=1;dashed=0;whiteSpace=wrap;" parent="1" vertex="1">
          <mxGeometry x="680" y="-240" width="100" height="50" as="geometry" />
        </mxCell>
-         <mxCell id="stRStRKGVoCzEAp3SccN-80" style="edgeStyle=orthogonalEdgeStyle;rounded=0;orthogonalLoop=1;jettySize=auto;html=1;exitX=0.5;exitY=1;exitDx=0;exitDy=0;entryX=0.5;entryY=0;entryDx=0;entryDy=0;" edge="1" parent="1" source="stRStRKGVoCzEAp3SccN-79" target="stRStRKGVoCzEAp3SccN-69">
+         <mxCell id="stRStRKGVoCzEAp3SccN-80" style="edgeStyle=orthogonalEdgeStyle;rounded=0;orthogonalLoop=1;jettySize=auto;html=1;exitX=0.5;exitY=1;exitDx=0;exitDy=0;entryX=0.5;entryY=0;entryDx=0;entryDy=0;" parent="1" source="stRStRKGVoCzEAp3SccN-79" target="stRStRKGVoCzEAp3SccN-69" edge="1">
          <mxGeometry relative="1" as="geometry" />
        </mxCell>
-         <mxCell id="stRStRKGVoCzEAp3SccN-79" value="Сотрудники компании" style="html=1;dashed=0;whiteSpace=wrap;" vertex="1" parent="1">
+         <mxCell id="stRStRKGVoCzEAp3SccN-79" value="Сотрудники компании" style="html=1;dashed=0;whiteSpace=wrap;" parent="1" vertex="1">
          <mxGeometry x="50" y="-240" width="100" height="50" as="geometry" />
        </mxCell>
-         <mxCell id="stRStRKGVoCzEAp3SccN-81" value="&lt;div&gt;Данные по клиентам&lt;/div&gt;&lt;div&gt;&lt;span style=&quot;background-color: initial;&quot;&gt;Данные по персоналу больницы&lt;/span&gt;&lt;br&gt;&lt;/div&gt;&lt;div&gt;Данные по инвентаризации&lt;/div&gt;" style="html=1;dashed=0;whiteSpace=wrap;shape=partialRectangle;right=0;fontSize=12;fillColor=#f8cecc;strokeColor=#b85450;" vertex="1" parent="1">
-           <mxGeometry x="40" y="-30" width="120" height="110" as="geometry" />
+         <mxCell id="stRStRKGVoCzEAp3SccN-81" value="&lt;div&gt;Данные по клиентам&lt;/div&gt;&lt;div&gt;Данные по персоналу больницы&lt;/div&gt;&lt;div&gt;Данные по инвентаризации&lt;/div&gt;&lt;div&gt;Медицинские карты и истории болезни&lt;/div&gt;&lt;div&gt;Данные исследований, выполненных в ходе лечения&lt;/div&gt;" style="html=1;dashed=0;whiteSpace=wrap;shape=partialRectangle;right=0;fontSize=12;fillColor=#f8cecc;strokeColor=#b85450;" parent="1" vertex="1">
+           <mxGeometry x="40" y="-30" width="120" height="190" as="geometry" />
        </mxCell>
-         <mxCell id="stRStRKGVoCzEAp3SccN-82" style="edgeStyle=orthogonalEdgeStyle;rounded=0;orthogonalLoop=1;jettySize=auto;html=1;exitX=0.5;exitY=1;exitDx=0;exitDy=0;entryX=0.5;entryY=0;entryDx=0;entryDy=0;" edge="1" parent="1" source="stRStRKGVoCzEAp3SccN-70" target="stRStRKGVoCzEAp3SccN-81">
+         <mxCell id="stRStRKGVoCzEAp3SccN-82" style="edgeStyle=orthogonalEdgeStyle;rounded=0;orthogonalLoop=1;jettySize=auto;html=1;exitX=0.5;exitY=1;exitDx=0;exitDy=0;entryX=0.5;entryY=0;entryDx=0;entryDy=0;" parent="1" source="stRStRKGVoCzEAp3SccN-70" target="stRStRKGVoCzEAp3SccN-81" edge="1">
+           <mxGeometry relative="1" as="geometry" />
+         </mxCell>
+         <mxCell id="nggak77bdgfi8MAh8lCj-1" value="&lt;div&gt;Данные по клиентам&lt;/div&gt;&lt;div&gt;&lt;span style=&quot;background-color: initial;&quot;&gt;Данные по персоналу больницы&lt;/span&gt;&lt;br&gt;&lt;/div&gt;&lt;div&gt;Данные по инвентаризации&lt;/div&gt;" style="html=1;dashed=0;whiteSpace=wrap;shape=partialRectangle;right=0;fontSize=12;fillColor=#f8cecc;strokeColor=#b85450;" vertex="1" parent="1">
+           <mxGeometry x="190" y="-30" width="120" height="110" as="geometry" />
+         </mxCell>
+         <mxCell id="nggak77bdgfi8MAh8lCj-2" style="edgeStyle=orthogonalEdgeStyle;rounded=0;orthogonalLoop=1;jettySize=auto;html=1;exitX=0.5;exitY=1;exitDx=0;exitDy=0;entryX=0.5;entryY=0;entryDx=0;entryDy=0;" edge="1" parent="1" source="stRStRKGVoCzEAp3SccN-73" target="nggak77bdgfi8MAh8lCj-1">
          <mxGeometry relative="1" as="geometry" />
        </mxCell>
      </root>
    </mxGraphModel>
  </diagram>
</mxfile>
